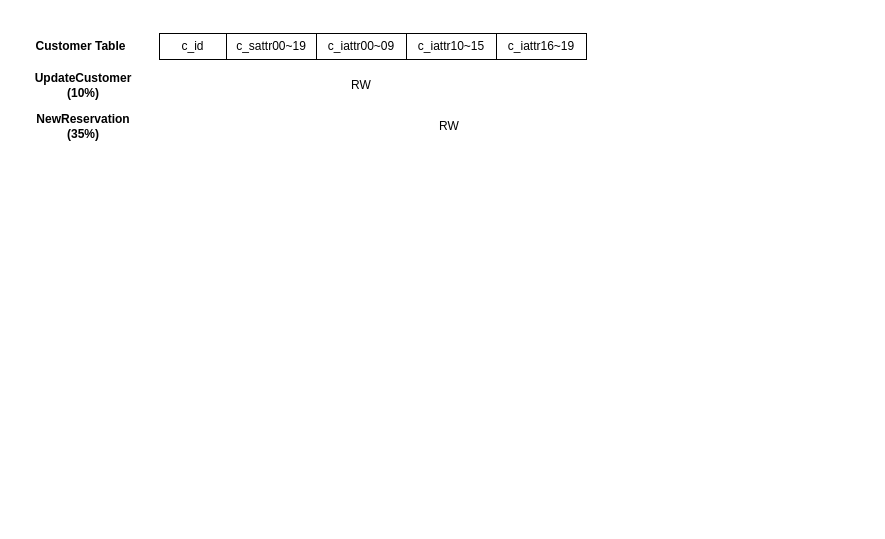
Before: page "SEATS" (3 of 4) of DMTrans.drawio in Holworth/DrawIO, a draw.io diagram. Source tidied: cells renumbered, new cells numbered last; positions are measured from the earlier drawing's top-left corner, leaving out a move shared by most shapes. Both pictures are drawn from the tidied source at 100%, with x=0, y=0 at pixel (22, 31).
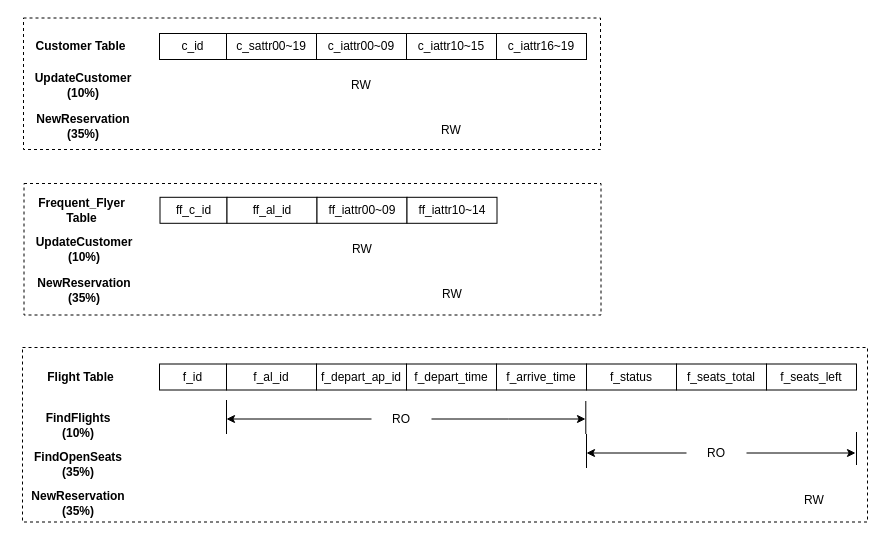
The same page after the edit.

What changed in the source:
```diff
@@
+    <mxCell id="12" style="rounded=0;whiteSpace=wrap;html=1;fillColor=none;dashed=1;" parent="1" vertex="1">
+      <mxGeometry y="316" width="845" height="174.5" as="geometry" />
+    </mxCell>
+    <mxCell id="13" style="rounded=0;whiteSpace=wrap;html=1;fillColor=none;dashed=1;" parent="1" vertex="1">
+      <mxGeometry x="1.5" y="152" width="577" height="131.5" as="geometry" />
+    </mxCell>
@@
     <mxCell id="11" value="RW" style="text;html=1;align=center;verticalAlign=middle;whiteSpace=wrap;rounded=0;" parent="1" vertex="1">
-      <mxGeometry x="397" y="80" width="60" height="30" as="geometry" />
+      <mxGeometry x="399" y="84" width="60" height="30" as="geometry" />
     </mxCell>
+    <mxCell id="14" value="ff_c_id" style="rounded=0;whiteSpace=wrap;html=1;" parent="1" vertex="1">
+      <mxGeometry x="137.5" y="165.8" width="67" height="26" as="geometry" />
+    </mxCell>
+    <mxCell id="15" value="ff_al_id" style="rounded=0;whiteSpace=wrap;html=1;" parent="1" vertex="1">
+      <mxGeometry x="204.5" y="165.8" width="90" height="26" as="geometry" />
+    </mxCell>
+    <mxCell id="16" value="&lt;b&gt;Frequent_Flyer Table&lt;/b&gt;" style="text;html=1;align=center;verticalAlign=middle;whiteSpace=wrap;rounded=0;" parent="1" vertex="1">
+      <mxGeometry x="0.5" y="163.8" width="117" height="30" as="geometry" />
+    </mxCell>
+    <mxCell id="17" value="ff_iattr00~09" style="rounded=0;whiteSpace=wrap;html=1;" parent="1" vertex="1">
+      <mxGeometry x="294.5" y="165.8" width="90" height="26" as="geometry" />
+    </mxCell>
+    <mxCell id="18" value="ff_iattr10~14" style="rounded=0;whiteSpace=wrap;html=1;" parent="1" vertex="1">
+      <mxGeometry x="384.5" y="165.8" width="90" height="26" as="geometry" />
+    </mxCell>
+    <mxCell id="19" value="&lt;b&gt;UpdateCustomer (10%)&lt;/b&gt;" style="text;html=1;align=center;verticalAlign=middle;whiteSpace=wrap;rounded=0;" parent="1" vertex="1">
+      <mxGeometry x="0.5" y="202.8" width="122" height="30" as="geometry" />
+    </mxCell>
+    <mxCell id="20" value="&lt;b&gt;NewReservation (35%)&lt;/b&gt;" style="text;html=1;align=center;verticalAlign=middle;whiteSpace=wrap;rounded=0;" parent="1" vertex="1">
+      <mxGeometry x="0.5" y="243.8" width="122" height="30" as="geometry" />
+    </mxCell>
+    <mxCell id="21" value="RW" style="text;html=1;align=center;verticalAlign=middle;whiteSpace=wrap;rounded=0;" parent="1" vertex="1">
+      <mxGeometry x="309.5" y="202.8" width="60" height="30" as="geometry" />
+    </mxCell>
+    <mxCell id="22" value="RW" style="text;html=1;align=center;verticalAlign=middle;whiteSpace=wrap;rounded=0;" parent="1" vertex="1">
+      <mxGeometry x="399.5" y="247.8" width="60" height="30" as="geometry" />
+    </mxCell>
+    <mxCell id="23" value="&lt;b&gt;Flight Table&lt;/b&gt;" style="text;html=1;align=center;verticalAlign=middle;whiteSpace=wrap;rounded=0;" parent="1" vertex="1">
+      <mxGeometry y="330.5" width="117" height="30" as="geometry" />
+    </mxCell>
+    <mxCell id="24" value="f_id" style="rounded=0;whiteSpace=wrap;html=1;" parent="1" vertex="1">
+      <mxGeometry x="137" y="332.5" width="67" height="26" as="geometry" />
+    </mxCell>
+    <mxCell id="25" value="f_al_id" style="rounded=0;whiteSpace=wrap;html=1;" parent="1" vertex="1">
+      <mxGeometry x="204" y="332.5" width="90" height="26" as="geometry" />
+    </mxCell>
+    <mxCell id="26" value="f_depart_ap_id" style="rounded=0;whiteSpace=wrap;html=1;" parent="1" vertex="1">
+      <mxGeometry x="294" y="332.5" width="90" height="26" as="geometry" />
+    </mxCell>
+    <mxCell id="27" value="f_depart_time" style="rounded=0;whiteSpace=wrap;html=1;" parent="1" vertex="1">
+      <mxGeometry x="384" y="332.5" width="90" height="26" as="geometry" />
+    </mxCell>
+    <mxCell id="28" value="f_arrive_time" style="rounded=0;whiteSpace=wrap;html=1;" parent="1" vertex="1">
+      <mxGeometry x="474" y="332.5" width="90" height="26" as="geometry" />
+    </mxCell>
+    <mxCell id="29" value="f_status" style="rounded=0;whiteSpace=wrap;html=1;" parent="1" vertex="1">
+      <mxGeometry x="564" y="332.5" width="90" height="26" as="geometry" />
+    </mxCell>
+    <mxCell id="30" value="f_seats_total" style="rounded=0;whiteSpace=wrap;html=1;" parent="1" vertex="1">
+      <mxGeometry x="654" y="332.5" width="90" height="26" as="geometry" />
+    </mxCell>
+    <mxCell id="31" value="f_seats_left" style="rounded=0;whiteSpace=wrap;html=1;" parent="1" vertex="1">
+      <mxGeometry x="744" y="332.5" width="90" height="26" as="geometry" />
+    </mxCell>
+    <mxCell id="32" value="&lt;b&gt;FindFlights&lt;/b&gt;&lt;div&gt;&lt;b&gt;(10%)&lt;/b&gt;&lt;/div&gt;" style="text;html=1;align=center;verticalAlign=middle;whiteSpace=wrap;rounded=0;" parent="1" vertex="1">
+      <mxGeometry x="-5" y="378.5" width="122" height="30" as="geometry" />
+    </mxCell>
+    <mxCell id="33" value="&lt;b&gt;FindOpenSeats&lt;/b&gt;&lt;div&gt;&lt;b&gt;(35%)&lt;/b&gt;&lt;/div&gt;" style="text;html=1;align=center;verticalAlign=middle;whiteSpace=wrap;rounded=0;" parent="1" vertex="1">
+      <mxGeometry x="-5" y="417.5" width="122" height="30" as="geometry" />
+    </mxCell>
+    <mxCell id="34" value="&lt;b&gt;NewReservation (35%)&lt;/b&gt;" style="text;html=1;align=center;verticalAlign=middle;whiteSpace=wrap;rounded=0;" parent="1" vertex="1">
+      <mxGeometry x="-5" y="456.5" width="122" height="30" as="geometry" />
+    </mxCell>
+    <mxCell id="35" style="endArrow=none;html=1;rounded=0;" parent="1" edge="1">
+      <mxGeometry relative="1" as="geometry">
+        <mxPoint x="204" y="402.5" as="sourcePoint" />
+        <mxPoint x="204" y="368.5" as="targetPoint" />
+      </mxGeometry>
+    </mxCell>
+    <mxCell id="36" style="endArrow=none;html=1;rounded=0;" parent="1" edge="1">
+      <mxGeometry relative="1" as="geometry">
+        <mxPoint x="563.3" y="402.5" as="sourcePoint" />
+        <mxPoint x="563.3" y="369.5" as="targetPoint" />
+      </mxGeometry>
+    </mxCell>
+    <mxCell id="37" style="edgeStyle=orthogonalEdgeStyle;rounded=0;jettySize=auto;html=1;" parent="1" edge="1" source="38">
+      <mxGeometry relative="1" as="geometry">
+        <mxPoint x="563" y="387.5" as="targetPoint" />
+      </mxGeometry>
+    </mxCell>
+    <mxCell id="38" value="RO" style="text;html=1;align=center;verticalAlign=middle;whiteSpace=wrap;rounded=0;" parent="1" vertex="1">
+      <mxGeometry x="349" y="372.5" width="60" height="30" as="geometry" />
+    </mxCell>
+    <mxCell id="39" style="endArrow=classic;html=1;rounded=0;exitX=0;exitY=0.5;exitDx=0;exitDy=0;" parent="1" edge="1" source="38">
+      <mxGeometry relative="1" as="geometry">
+        <mxPoint x="204" y="387.5" as="targetPoint" />
+      </mxGeometry>
+    </mxCell>
+    <mxCell id="40" style="endArrow=none;html=1;rounded=0;" parent="1" edge="1">
+      <mxGeometry relative="1" as="geometry">
+        <mxPoint x="564" y="436.5" as="sourcePoint" />
+        <mxPoint x="564" y="402.5" as="targetPoint" />
+      </mxGeometry>
+    </mxCell>
+    <mxCell id="41" style="endArrow=none;html=1;rounded=0;" parent="1" edge="1">
+      <mxGeometry relative="1" as="geometry">
+        <mxPoint x="834" y="433.5" as="sourcePoint" />
+        <mxPoint x="834" y="400.5" as="targetPoint" />
+      </mxGeometry>
+    </mxCell>
+    <mxCell id="42" style="edgeStyle=orthogonalEdgeStyle;rounded=0;jettySize=auto;html=1;" parent="1" edge="1" source="43">
+      <mxGeometry relative="1" as="geometry">
+        <mxPoint x="833" y="421.5" as="targetPoint" />
+      </mxGeometry>
+    </mxCell>
+    <mxCell id="43" value="RO" style="text;html=1;align=center;verticalAlign=middle;whiteSpace=wrap;rounded=0;" parent="1" vertex="1">
+      <mxGeometry x="664" y="406.5" width="60" height="30" as="geometry" />
+    </mxCell>
+    <mxCell id="44" style="endArrow=classic;html=1;rounded=0;exitX=0;exitY=0.5;exitDx=0;exitDy=0;" parent="1" edge="1" source="43">
+      <mxGeometry relative="1" as="geometry">
+        <mxPoint x="564" y="421.5" as="targetPoint" />
+      </mxGeometry>
+    </mxCell>
+    <mxCell id="45" value="RW" style="text;html=1;align=center;verticalAlign=middle;whiteSpace=wrap;rounded=0;" parent="1" vertex="1">
+      <mxGeometry x="762" y="453.5" width="60" height="30" as="geometry" />
+    </mxCell>
+    <mxCell id="46" style="rounded=0;whiteSpace=wrap;html=1;fillColor=none;dashed=1;" parent="1" vertex="1">
+      <mxGeometry x="1" y="-13.5" width="577" height="131.5" as="geometry" />
+    </mxCell>
```
